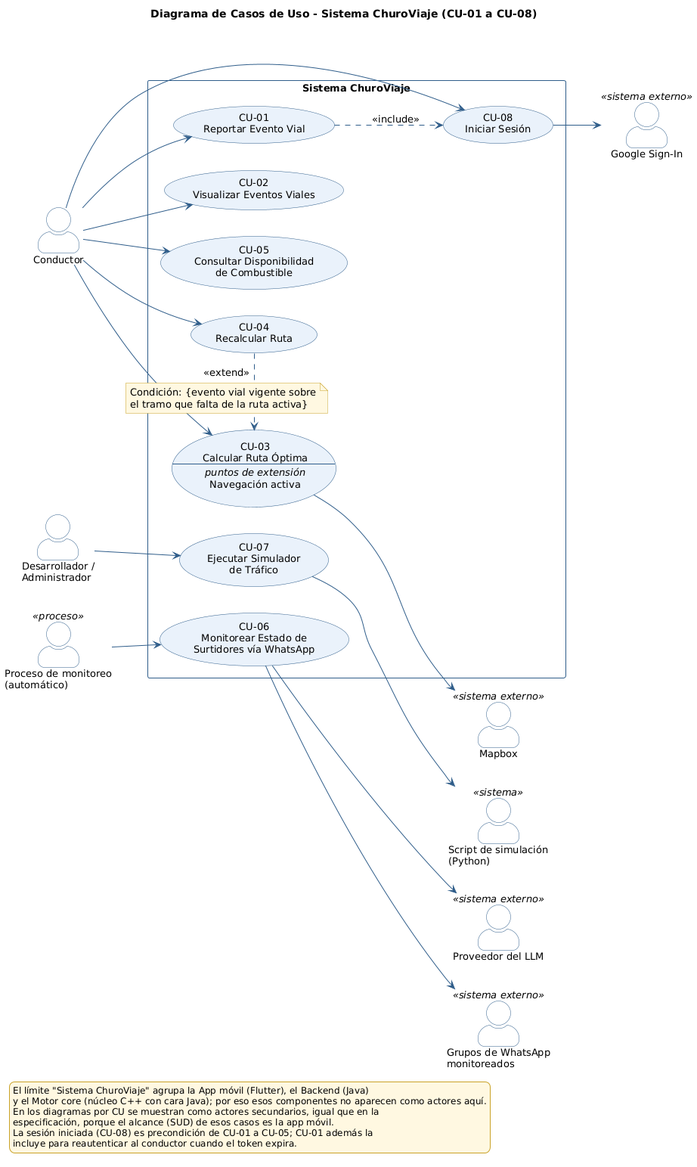
Before: 03_des/DiagCU/CU-00_DiagramaGeneral.png, a diagram exported from PlantUML (uniWASD/ChuroViajeInterno).
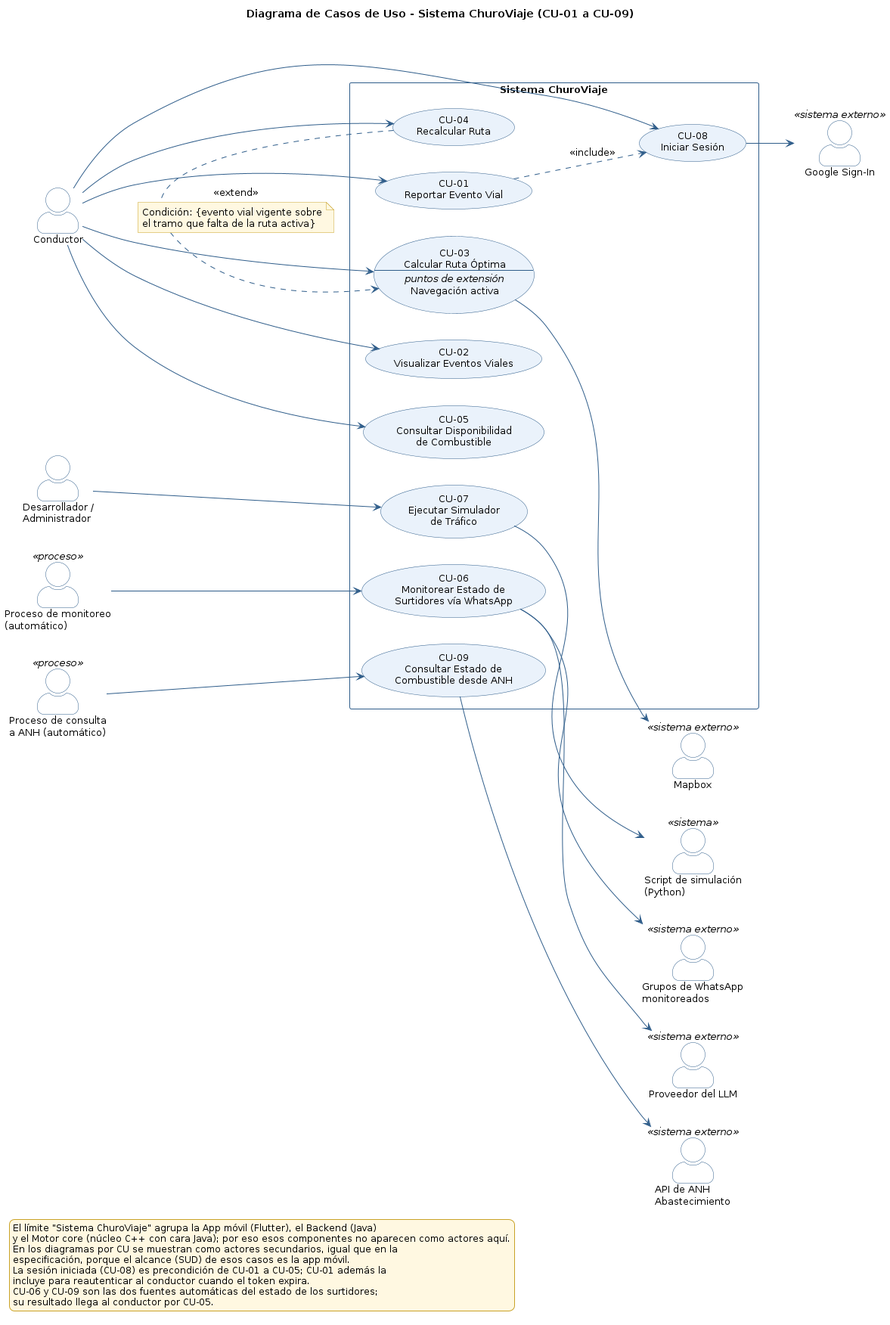
Later version of the same file.

Change to the diagram source:
```diff
@@ -30,16 +30,18 @@
   FontSize 12
 }
 
-title Diagrama de Casos de Uso - Sistema ChuroViaje (CU-01 a CU-08)
+title Diagrama de Casos de Uso - Sistema ChuroViaje (CU-01 a CU-09)
 
 actor "Conductor" as Conductor
 actor "Desarrollador /\nAdministrador" as Dev
 actor "Proceso de monitoreo\n(automático)" as Monitor <<proceso>>
+actor "Proceso de consulta\na ANH (automático)" as Consulta <<proceso>>
 
 actor "Google Sign-In" as Google <<sistema externo>>
 actor "Mapbox" as Mapbox <<sistema externo>>
 actor "Grupos de WhatsApp\nmonitoreados" as WA <<sistema externo>>
 actor "Proveedor del LLM" as LLM <<sistema externo>>
+actor "API de ANH\nAbastecimiento" as ANH <<sistema externo>>
 actor "Script de simulación\n(Python)" as Script <<sistema>>
 
 rectangle "Sistema ChuroViaje" {
@@ -54,6 +56,7 @@
   usecase "CU-04\nRecalcular Ruta" as CU04
   usecase "CU-05\nConsultar Disponibilidad\nde Combustible" as CU05
   usecase "CU-06\nMonitorear Estado de\nSurtidores vía WhatsApp" as CU06
+  usecase "CU-09\nConsultar Estado de\nCombustible desde ANH" as CU09
   usecase "CU-07\nEjecutar Simulador\nde Tráfico" as CU07
 }
 
@@ -64,6 +67,7 @@
 Conductor --> CU04
 Conductor --> CU05
 Monitor --> CU06
+Consulta --> CU09
 Dev --> CU07
 
 CU01 ..> CU08 : <<include>>
@@ -77,6 +81,7 @@
 CU03 --> Mapbox
 CU06 --> WA
 CU06 --> LLM
+CU09 --> ANH
 CU07 --> Script
 
 
@@ -87,6 +92,8 @@
   especificación, porque el alcance (SUD) de esos casos es la app móvil.
   La sesión iniciada (CU-08) es precondición de CU-01 a CU-05; CU-01 además la
   incluye para reautenticar al conductor cuando el token expira.
+  CU-06 y CU-09 son las dos fuentes automáticas del estado de los surtidores;
+  su resultado llega al conductor por CU-05.
 endlegend
 
 @enduml
```
